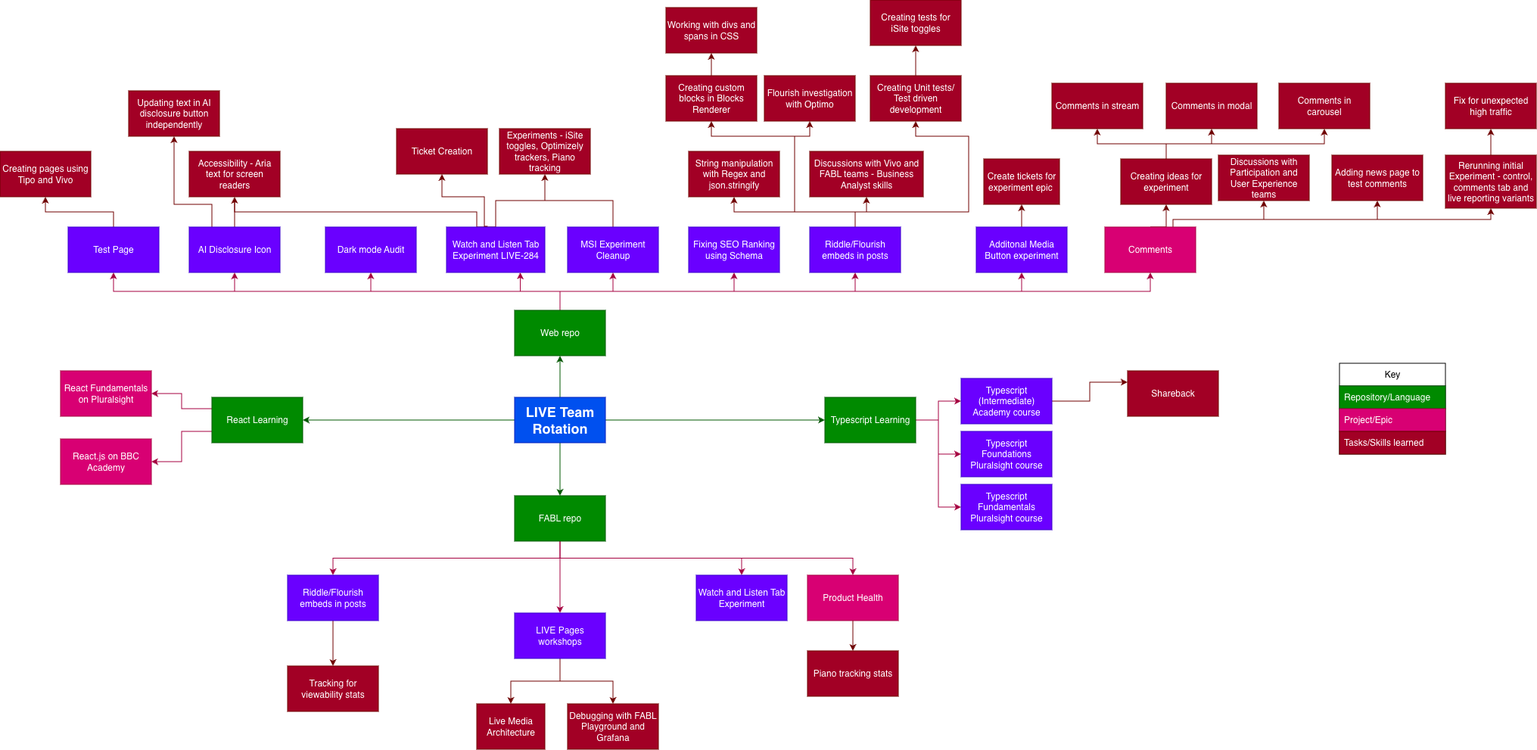
Above: LIVE Mindmap.drawio.png in HalimahH-BBC/Mindmap (draw.io), before the change. Source tidied: cells renumbered, new cells last; positions are measured from the earlier drawing's top-left corner, leaving out a move shared by most shapes.
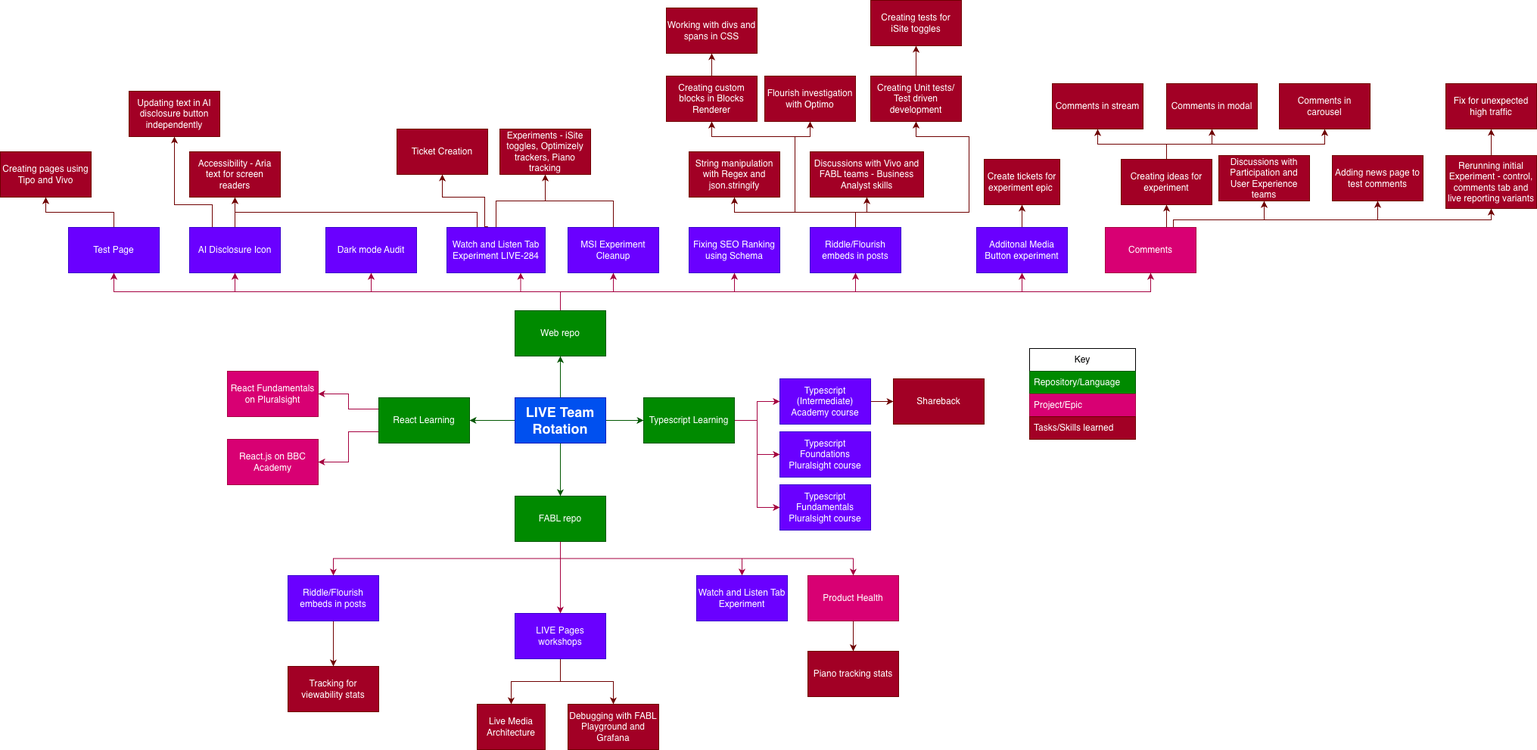
Above is the later version.

Commit message:
moving things

The edit, as a diff of the source:
```diff
@@ -88,8 +88,8 @@
     <mxCell id="28" style="edgeStyle=orthogonalEdgeStyle;rounded=0;jettySize=auto;html=1;exitX=1;exitY=0.5;exitDx=0;exitDy=0;fillColor=#d80073;strokeColor=#A50040;" parent="1" edge="1" source="30" target="57">
       <mxGeometry relative="1" as="geometry">
         <Array as="points">
-          <mxPoint x="1240" y="555" />
-          <mxPoint x="1240" y="600" />
+          <mxPoint x="1000" y="555" />
+          <mxPoint x="1000" y="600" />
         </Array>
       </mxGeometry>
     </mxCell>
@@ -97,7 +97,7 @@
       <mxGeometry relative="1" as="geometry" />
     </mxCell>
     <mxCell id="30" value="Typescript Learning" style="rounded=0;whiteSpace=wrap;html=1;fillColor=#008a00;fontColor=#ffffff;strokeColor=#005700;" parent="1" vertex="1">
-      <mxGeometry x="1090" y="525" width="120" height="60" as="geometry" />
+      <mxGeometry x="850" y="525" width="120" height="60" as="geometry" />
     </mxCell>
     <mxCell id="31" style="edgeStyle=orthogonalEdgeStyle;rounded=0;jettySize=auto;html=1;exitX=0;exitY=0.25;exitDx=0;exitDy=0;entryX=1;entryY=0.5;entryDx=0;entryDy=0;fillColor=#d80073;strokeColor=#A50040;" parent="1" edge="1" source="33" target="99">
       <mxGeometry relative="1" as="geometry" />
@@ -106,7 +106,7 @@
       <mxGeometry relative="1" as="geometry" />
     </mxCell>
     <mxCell id="33" value="React Learning" style="rounded=0;whiteSpace=wrap;html=1;fillColor=#008a00;fontColor=#ffffff;strokeColor=#005700;" parent="1" vertex="1">
-      <mxGeometry x="280" y="525" width="120" height="60" as="geometry" />
+      <mxGeometry x="500" y="525" width="120" height="60" as="geometry" />
     </mxCell>
     <mxCell id="34" value="Accessibility - Aria text for screen readers" style="rounded=0;whiteSpace=wrap;html=1;fillColor=#a20025;strokeColor=#6F0000;fontColor=#ffffff;" parent="1" vertex="1">
       <mxGeometry x="250" y="200" width="120" height="60" as="geometry" />
@@ -158,14 +158,14 @@
     <mxCell id="46" value="MSI Experiment Cleanup" style="rounded=0;whiteSpace=wrap;html=1;fillColor=#6a00ff;strokeColor=#3700CC;fontColor=#ffffff;" parent="1" vertex="1">
       <mxGeometry x="750" y="300" width="120" height="60" as="geometry" />
     </mxCell>
-    <mxCell id="47" style="edgeStyle=orthogonalEdgeStyle;rounded=0;jettySize=auto;html=1;exitX=1;exitY=0.5;exitDx=0;exitDy=0;entryX=0;entryY=0.25;entryDx=0;entryDy=0;fillColor=#a20025;strokeColor=#6F0000;" parent="1" edge="1" source="48" target="49">
+    <mxCell id="47" style="edgeStyle=orthogonalEdgeStyle;rounded=0;jettySize=auto;html=1;exitX=1;exitY=0.5;exitDx=0;exitDy=0;entryX=0;entryY=0.5;entryDx=0;entryDy=0;fillColor=#a20025;strokeColor=#6F0000;" parent="1" edge="1" source="48" target="49">
       <mxGeometry relative="1" as="geometry" />
     </mxCell>
     <mxCell id="48" value="Typescript (Intermediate) Academy course" style="rounded=0;whiteSpace=wrap;html=1;fillColor=#6a00ff;strokeColor=#3700CC;fontColor=#ffffff;" parent="1" vertex="1">
-      <mxGeometry x="1270" y="500" width="120" height="60" as="geometry" />
+      <mxGeometry x="1030" y="500" width="120" height="60" as="geometry" />
     </mxCell>
     <mxCell id="49" value="Shareback" style="rounded=0;whiteSpace=wrap;html=1;fillColor=#a20025;strokeColor=#6F0000;fontColor=#ffffff;" parent="1" vertex="1">
-      <mxGeometry x="1490" y="490" width="120" height="60" as="geometry" />
+      <mxGeometry x="1180" y="500" width="120" height="60" as="geometry" />
     </mxCell>
     <mxCell id="50" value="Debugging with FABL Playground and Grafana" style="rounded=0;whiteSpace=wrap;html=1;fillColor=#a20025;strokeColor=#6F0000;fontColor=#ffffff;" parent="1" vertex="1">
       <mxGeometry x="750" y="930" width="120" height="60" as="geometry" />
@@ -210,7 +210,7 @@
       <mxGeometry x="1070" y="300" width="120" height="60" as="geometry" />
     </mxCell>
     <mxCell id="57" value="Typescript Foundations Pluralsight course" style="rounded=0;whiteSpace=wrap;html=1;fillColor=#6a00ff;strokeColor=#3700CC;fontColor=#ffffff;" parent="1" vertex="1">
-      <mxGeometry x="1270" y="570" width="120" height="60" as="geometry" />
+      <mxGeometry x="1030" y="570" width="120" height="60" as="geometry" />
     </mxCell>
     <mxCell id="58" value="Ticket Creation" style="rounded=0;whiteSpace=wrap;html=1;fillColor=#a20025;strokeColor=#6F0000;fontColor=#ffffff;" parent="1" vertex="1">
       <mxGeometry x="524" y="170" width="120" height="60" as="geometry" />
@@ -219,7 +219,7 @@
       <mxGeometry x="910" y="200" width="120" height="60" as="geometry" />
     </mxCell>
     <mxCell id="60" value="Key" style="swimlane;fontStyle=0;horizontal=1;startSize=30;whiteSpace=wrap;html=1;" parent="1" vertex="1">
-      <mxGeometry x="1770" y="480" width="140" height="120" as="geometry" />
+      <mxGeometry x="1360" y="460" width="140" height="120" as="geometry" />
     </mxCell>
     <mxCell id="61" value="Repository/Language" style="text;strokeColor=#005700;fillColor=#008a00;align=left;verticalAlign=middle;spacingLeft=4;spacingRight=4;overflow=hidden;whiteSpace=wrap;html=1;fontColor=#ffffff;" parent="60" vertex="1">
       <mxGeometry y="30" width="140" height="30" as="geometry" />
@@ -267,7 +267,7 @@
       <mxGeometry x="630" y="930" width="90" height="60" as="geometry" />
     </mxCell>
     <mxCell id="76" value="Typescript Fundamentals Pluralsight course" style="rounded=0;whiteSpace=wrap;html=1;fillColor=#6a00ff;strokeColor=#3700CC;fontColor=#ffffff;" parent="1" vertex="1">
-      <mxGeometry x="1270" y="640" width="120" height="60" as="geometry" />
+      <mxGeometry x="1030" y="640" width="120" height="60" as="geometry" />
     </mxCell>
     <mxCell id="77" value="Creating pages using Tipo and Vivo" style="rounded=0;whiteSpace=wrap;html=1;fillColor=#a20025;fontColor=#ffffff;strokeColor=#6F0000;" parent="1" vertex="1">
       <mxGeometry y="200" width="120" height="60" as="geometry" />
@@ -355,10 +355,10 @@
       <mxGeometry x="1067" y="760" width="120" height="60" as="geometry" />
     </mxCell>
     <mxCell id="99" value="React Fundamentals on Pluralsight" style="rounded=0;whiteSpace=wrap;html=1;fillColor=#d80073;fontColor=#ffffff;strokeColor=#A50040;" parent="1" vertex="1">
-      <mxGeometry x="80" y="490" width="120" height="60" as="geometry" />
+      <mxGeometry x="300" y="490" width="120" height="60" as="geometry" />
     </mxCell>
     <mxCell id="100" value="React.js on BBC Academy" style="rounded=0;whiteSpace=wrap;html=1;fillColor=#d80073;fontColor=#ffffff;strokeColor=#A50040;" parent="1" vertex="1">
-      <mxGeometry x="80" y="580" width="120" height="60" as="geometry" />
+      <mxGeometry x="300" y="580" width="120" height="60" as="geometry" />
     </mxCell>
     <mxCell id="101" value="Piano tracking stats" style="rounded=0;whiteSpace=wrap;html=1;fillColor=#a20025;fontColor=#ffffff;strokeColor=#6F0000;" parent="1" vertex="1">
       <mxGeometry x="1067" y="860" width="120" height="60" as="geometry" />
```
